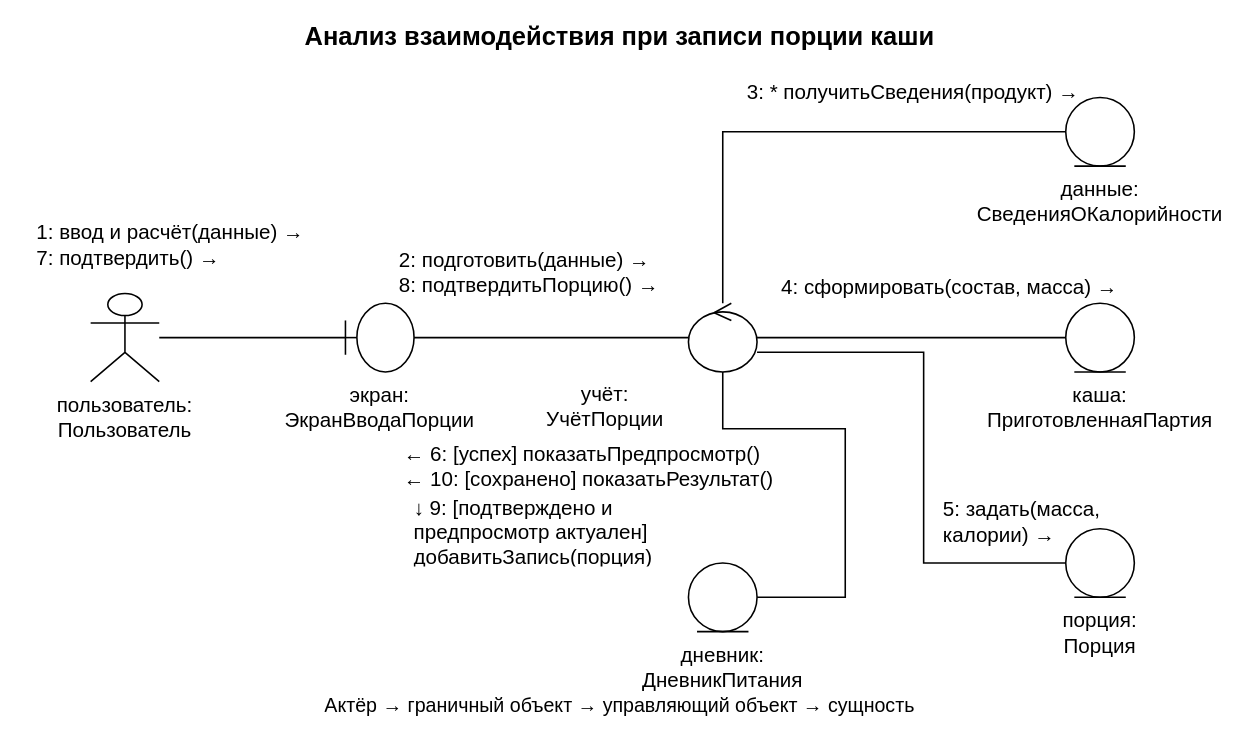
This is page "3 Анализ" (3 of 3) of Лабораторная 1/Счётчик калорий.drawio from Vvvv4a40/OOAP, a draw.io file, before an edit. Source tidied: cells renumbered, new cells numbered last; positions are measured from the earlier drawing's top-left corner, leaving out a move shared by most shapes. Both pictures are drawn from the tidied source at 98%, with x=0, y=0 at pixel (17, 17).
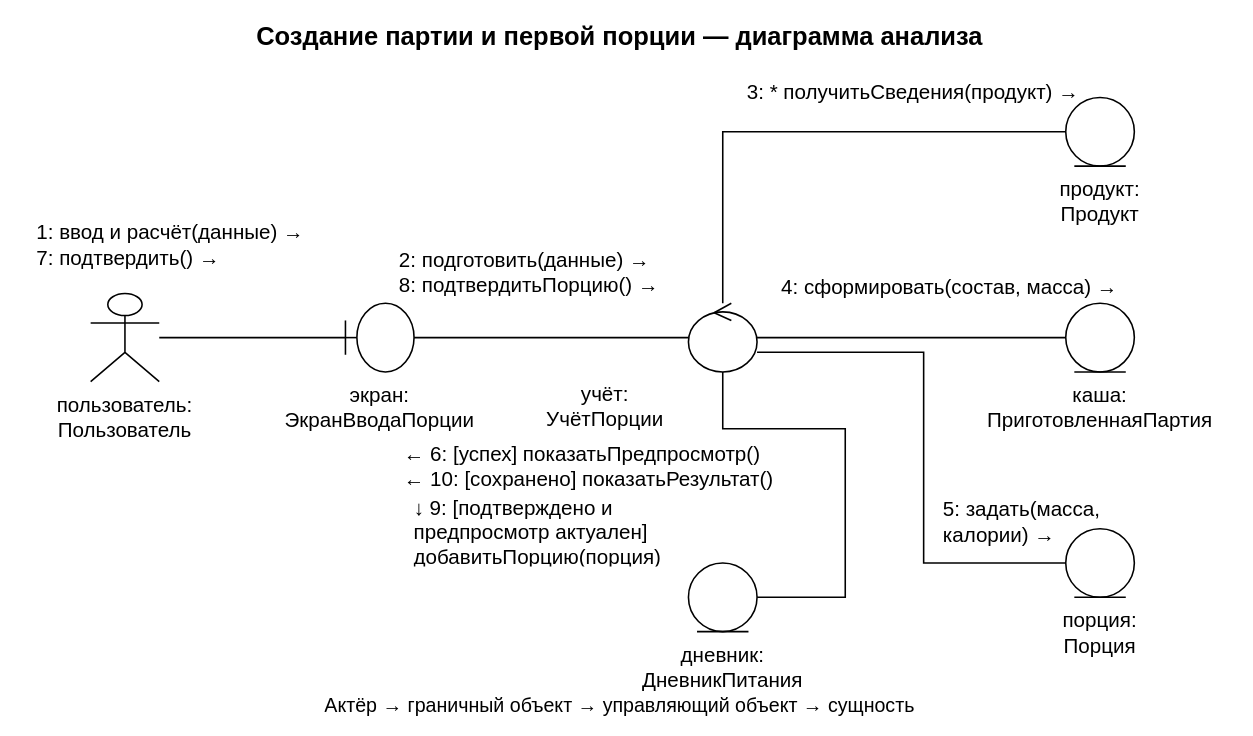
The same diagram, later.

Commit message (it also covers changes not shown here):
Упростить МПО и уточнить сценарий первой порции

The edit, as a diff of the source:
```diff
@@
-    <mxCell id="8" value="Анализ взаимодействия при записи порции каши" style="text;html=0;whiteSpace=wrap;overflow=hidden;rounded=0;strokeColor=none;fillColor=none;fontColor=#000000;fontFamily=Arial;fontSize=26;fontStyle=1;align=center;verticalAlign=middle;spacing=0;" parent="1" vertex="1">
+    <mxCell id="8" value="Создание партии и первой порции — диаграмма анализа" style="text;html=0;whiteSpace=wrap;overflow=hidden;rounded=0;strokeColor=none;fillColor=none;fontColor=#000000;fontFamily=Arial;fontSize=26;fontStyle=1;align=center;verticalAlign=middle;spacing=0;" parent="1" vertex="1">
       <mxGeometry x="5" width="1220" height="40" as="geometry" />
     </mxCell>
@@
-    <mxCell id="16" value="данные:&#10;СведенияОКалорийности" style="text;html=0;whiteSpace=wrap;overflow=hidden;rounded=0;strokeColor=none;fillColor=none;fontColor=#000000;fontFamily=Arial;fontSize=21;fontStyle=0;align=center;verticalAlign=middle;spacing=0;" parent="1" vertex="1">
-      <mxGeometry x="965" y="160" width="280" height="56" as="geometry" />
-    </mxCell>
+    <mxCell id="31" value="продукт:&#10;Продукт" style="text;html=0;whiteSpace=wrap;overflow=hidden;rounded=0;strokeColor=none;fillColor=none;fontColor=#000000;fontFamily=Arial;fontSize=21;fontStyle=0;align=center;verticalAlign=middle;spacing=0;" parent="1" vertex="1">
+      <mxGeometry x="965" y="160" width="280" height="56" as="geometry" />
+    </mxCell>
@@
-    <mxCell id="29" value="↓ 9: [подтверждено и&#10;  предпросмотр актуален]&#10;  добавитьЗапись(порция)" style="text;html=0;whiteSpace=wrap;overflow=hidden;rounded=0;strokeColor=none;fillColor=none;fontColor=#000000;fontFamily=Arial;fontSize=21;fontStyle=0;align=left;verticalAlign=middle;spacing=0;" parent="1" vertex="1">
+    <mxCell id="29" value="↓ 9: [подтверждено и&#10;  предпросмотр актуален]&#10;  добавитьПорцию(порция)" style="text;html=0;whiteSpace=wrap;overflow=hidden;rounded=0;strokeColor=none;fillColor=none;fontColor=#000000;fontFamily=Arial;fontSize=21;fontStyle=0;align=left;verticalAlign=middle;spacing=0;" parent="1" vertex="1">
       <mxGeometry x="405" y="487" width="440" height="73" as="geometry" />
     </mxCell>
```
